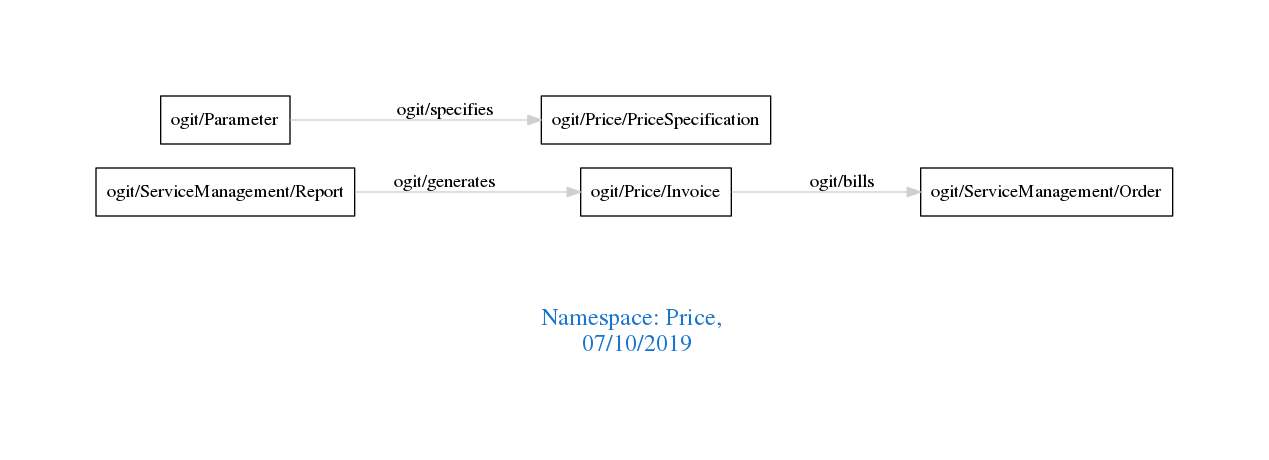
arago/OGIT keeps this Graphviz diagram as downloads/Price.png. Above is the earlier version. Its source is kept beside it as downloads/Price.dot.
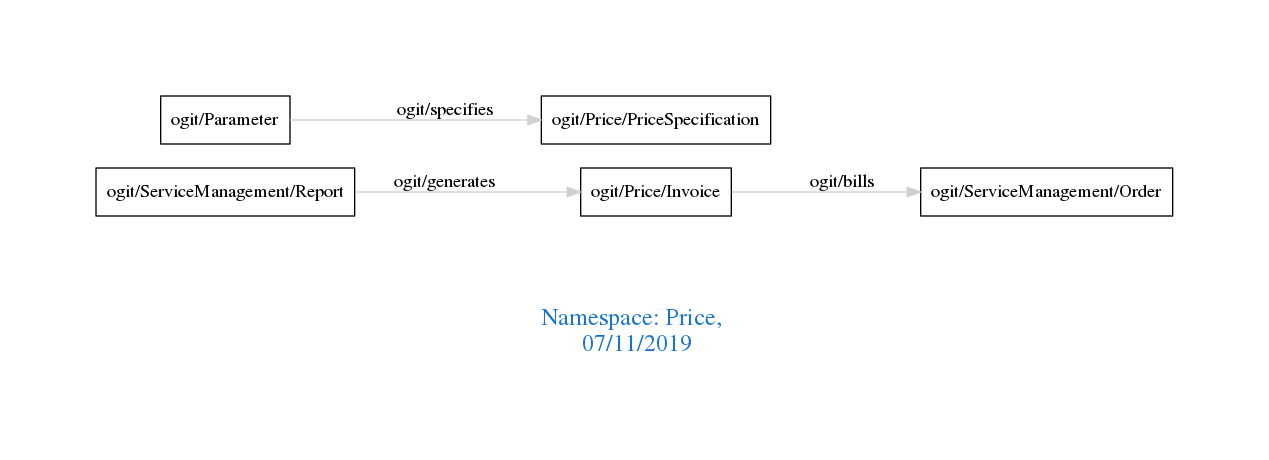
The same diagram one commit later.

Diff of the diagram source:
```diff
@@ -1,7 +1,7 @@
 digraph OGIT_ontology {
  graph [ rankdir= LR,pad=1
 fontsize = 18,
-fontcolor= dodgerblue3,label = "\n\n\nNamespace: Price, \n 07/10/2019"];
+fontcolor= dodgerblue3,label = "\n\n\nNamespace: Price, \n 07/11/2019"];
 node[shape=polygon];
 edge [  color="gray81"];
 
```
